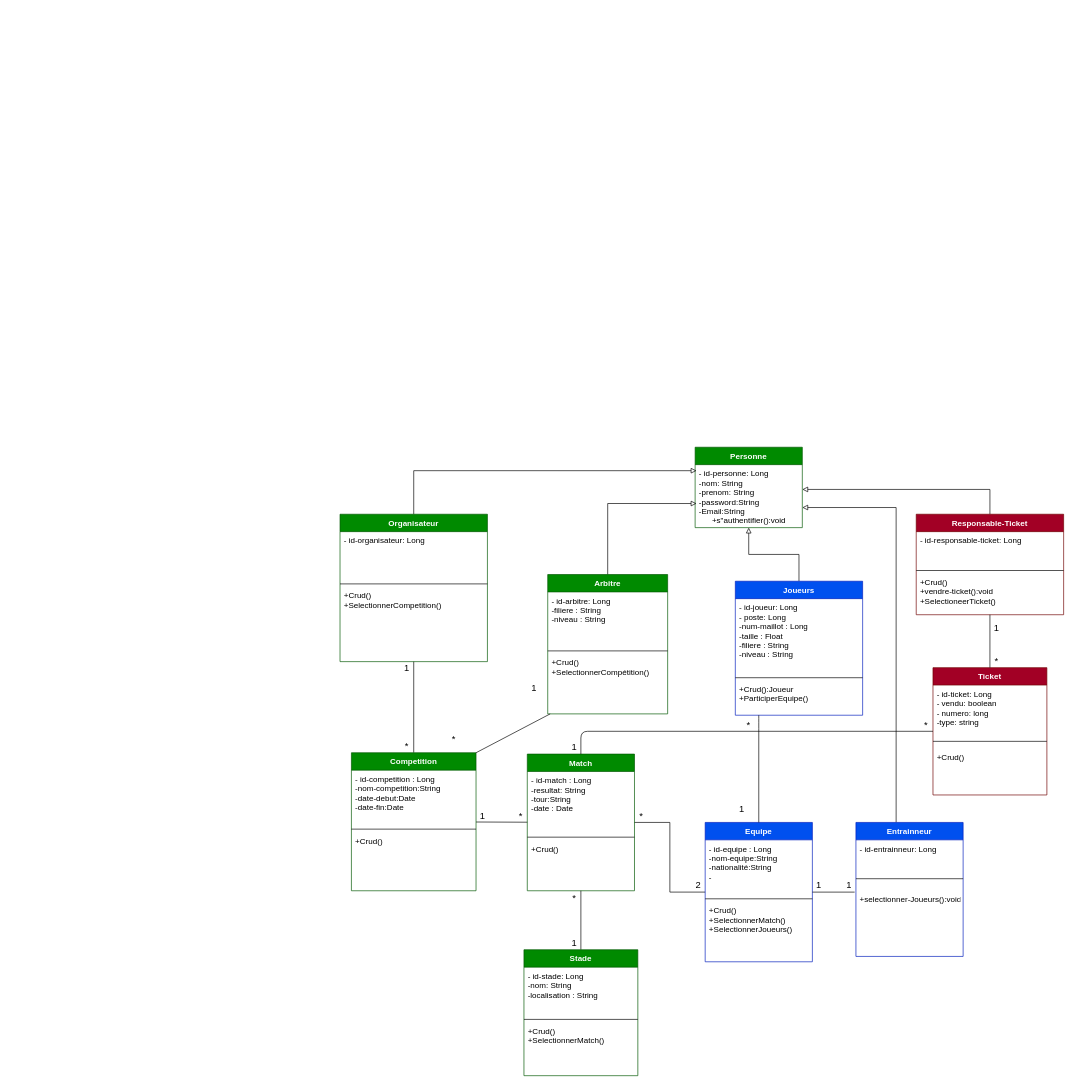
Above: page "Page-1" (1 of 2) of Conception/Diagramme de classe V0.drawio in ichrak-star/PISymfony (draw.io), before the change. Source tidied: cells renumbered, new cells numbered last; positions are measured from the earlier drawing's top-left corner, leaving out a move shared by most shapes. Both pictures are drawn from the tidied source at 67%, with x=0, y=0 at pixel (340, 447).
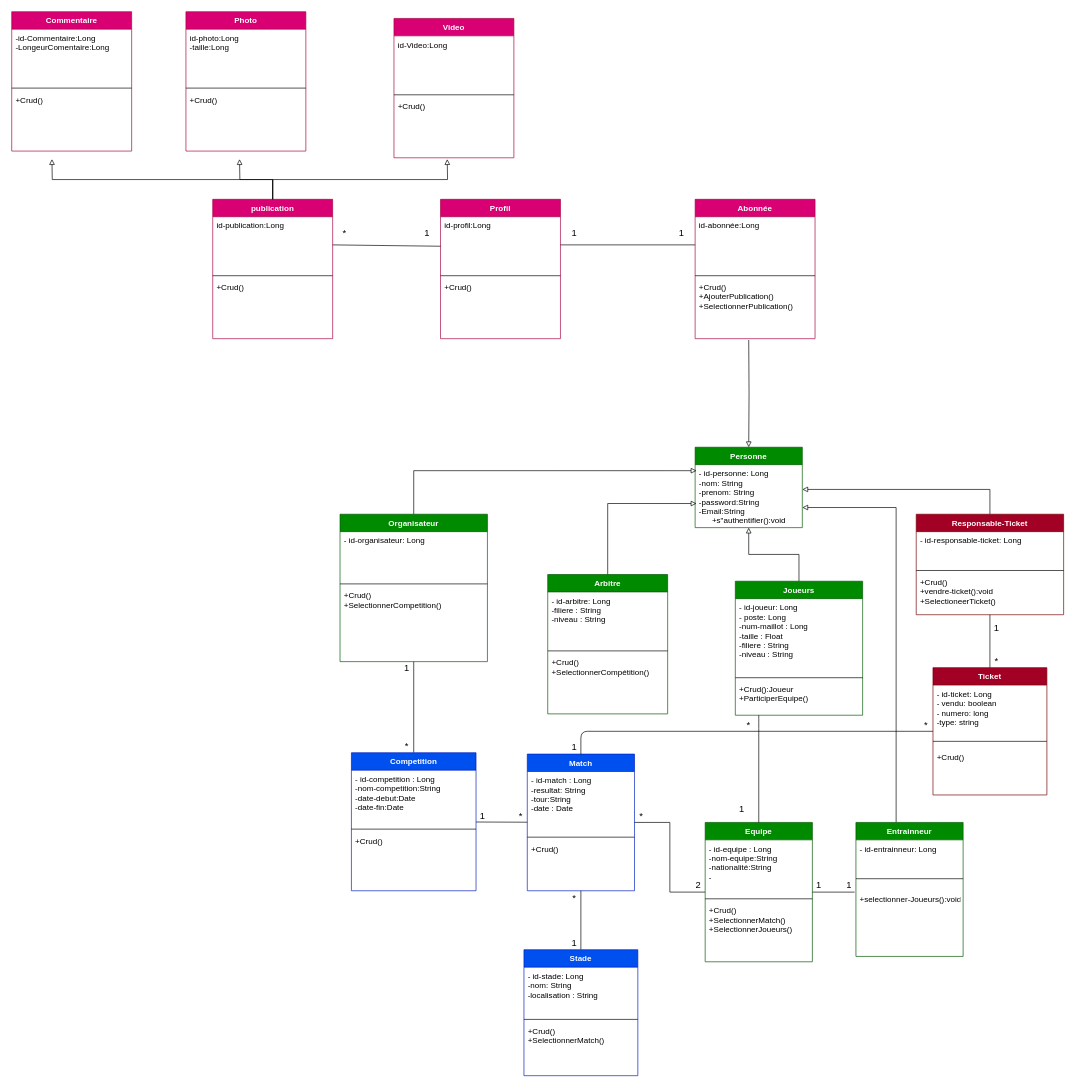
The same diagram, later.

Commit message (it also covers changes not shown here):
ajout V1 du diagramme de classe + ajout une ficher txt

Unchanged cells that the change refers to:
```xml
<mxCell id="2" value="Personne" style="swimlane;fontStyle=1;align=center;verticalAlign=top;horizontal=1;startSize=26;fillColor=#008a00;strokeColor=#005700;fontColor=#ffffff;" parent="1" vertex="1">
  <mxGeometry x="530" width="160" height="120" as="geometry" />
</mxCell>
<mxCell id="40" value="+Crud()&#10;+SelectionnerCompétition()" style="text;strokeColor=none;fillColor=none;align=left;verticalAlign=top;spacingLeft=4;spacingRight=4;overflow=hidden;points=[[0,0.5],[1,0.5]];portConstraint=eastwest;" parent="37" vertex="1">
  <mxGeometry y="118" width="179" height="90" as="geometry" />
</mxCell>
```

Diff of the diagram source:
```diff
@@
-    <mxCell id="6" value="Joueurs" style="swimlane;fontStyle=1;align=center;verticalAlign=top;horizontal=1;startSize=26;fillColor=#0050ef;strokeColor=#001DBC;fontColor=#ffffff;" parent="1" vertex="1">
+    <mxCell id="6" value="Joueurs" style="swimlane;fontStyle=1;align=center;verticalAlign=top;horizontal=1;startSize=26;fillColor=#008a00;strokeColor=#005700;fontColor=#ffffff;" parent="1" vertex="1">
       <mxGeometry x="590" y="200" width="190" height="200" as="geometry" />
     </mxCell>
@@
-    <mxCell id="11" value="Equipe" style="swimlane;fontStyle=1;align=center;verticalAlign=top;horizontal=1;startSize=26;fillColor=#0050ef;strokeColor=#001DBC;fontColor=#ffffff;" parent="1" vertex="1">
+    <mxCell id="11" value="Equipe" style="swimlane;fontStyle=1;align=center;verticalAlign=top;horizontal=1;startSize=26;fillColor=#008a00;strokeColor=#005700;fontColor=#ffffff;" parent="1" vertex="1">
       <mxGeometry x="545" y="560" width="160" height="208" as="geometry" />
     </mxCell>
@@
-    <mxCell id="16" value="Match" style="swimlane;fontStyle=1;align=center;verticalAlign=top;horizontal=1;startSize=26;fillColor=#008a00;strokeColor=#005700;fontColor=#ffffff;" parent="1" vertex="1">
+    <mxCell id="16" value="Match" style="swimlane;fontStyle=1;align=center;verticalAlign=top;horizontal=1;startSize=26;fillColor=#0050ef;strokeColor=#001DBC;fontColor=#ffffff;" parent="1" vertex="1">
       <mxGeometry x="279.5" y="458" width="160" height="204" as="geometry" />
     </mxCell>
@@
-    <mxCell id="21" value="Competition" style="swimlane;fontStyle=1;align=center;verticalAlign=top;horizontal=1;startSize=26;fillColor=#008a00;strokeColor=#005700;fontColor=#ffffff;" parent="1" vertex="1">
+    <mxCell id="21" value="Competition" style="swimlane;fontStyle=1;align=center;verticalAlign=top;horizontal=1;startSize=26;fillColor=#0050ef;strokeColor=#001DBC;fontColor=#ffffff;" parent="1" vertex="1">
       <mxGeometry x="17" y="456" width="186" height="206" as="geometry" />
     </mxCell>
@@
-    <mxCell id="27" value="Entrainneur" style="swimlane;fontStyle=1;align=center;verticalAlign=top;horizontal=1;startSize=26;fillColor=#0050ef;strokeColor=#001DBC;fontColor=#ffffff;" parent="1" vertex="1">
+    <mxCell id="27" value="Entrainneur" style="swimlane;fontStyle=1;align=center;verticalAlign=top;horizontal=1;startSize=26;fillColor=#008a00;strokeColor=#005700;fontColor=#ffffff;" parent="1" vertex="1">
       <mxGeometry x="770" y="560" width="160" height="200" as="geometry" />
     </mxCell>
@@
-    <mxCell id="42" value="Stade" style="swimlane;fontStyle=1;align=center;verticalAlign=top;horizontal=1;startSize=26;fillColor=#008a00;strokeColor=#005700;fontColor=#ffffff;" parent="1" vertex="1">
+    <mxCell id="42" value="Stade" style="swimlane;fontStyle=1;align=center;verticalAlign=top;horizontal=1;startSize=26;fillColor=#0050ef;strokeColor=#001DBC;fontColor=#ffffff;" parent="1" vertex="1">
       <mxGeometry x="274.5" y="750" width="170" height="188" as="geometry" />
     </mxCell>
@@
-    <mxCell id="72" style="edgeStyle=none;rounded=0;jettySize=auto;html=1;endArrow=none;endFill=0;exitX=1;exitY=0;exitDx=0;exitDy=0;" parent="1" edge="1" source="21" target="40">
-      <mxGeometry relative="1" as="geometry" />
-    </mxCell>
-    <mxCell id="73" value="&lt;font style=&quot;font-size: 14px&quot;&gt;1&lt;/font&gt;" style="text;html=1;strokeColor=none;fillColor=none;align=center;verticalAlign=middle;whiteSpace=wrap;rounded=0;" parent="1" vertex="1">
-      <mxGeometry x="279.5" y="350" width="20" height="20" as="geometry" />
-    </mxCell>
-    <mxCell id="74" value="&lt;font style=&quot;font-size: 14px&quot;&gt;*&lt;/font&gt;" style="text;html=1;strokeColor=none;fillColor=none;align=center;verticalAlign=middle;whiteSpace=wrap;rounded=0;" parent="1" vertex="1">
-      <mxGeometry x="160" y="425" width="20" height="20" as="geometry" />
-    </mxCell>
@@
+    <mxCell id="78" value="Abonnée" style="swimlane;fontStyle=1;align=center;verticalAlign=top;horizontal=1;startSize=26;fillColor=#d80073;strokeColor=#A50040;fontColor=#ffffff;" parent="1" vertex="1">
+      <mxGeometry x="530" y="-370" width="179" height="208" as="geometry" />
+    </mxCell>
+    <mxCell id="79" value="id-abonnée:Long" style="text;strokeColor=none;fillColor=none;align=left;verticalAlign=top;spacingLeft=4;spacingRight=4;overflow=hidden;points=[[0,0.5],[1,0.5]];portConstraint=eastwest;" parent="78" vertex="1">
+      <mxGeometry y="26" width="179" height="84" as="geometry" />
+    </mxCell>
+    <mxCell id="80" style="line;strokeWidth=1;fillColor=none;align=left;verticalAlign=middle;spacingTop=-1;spacingLeft=3;spacingRight=3;labelPosition=right;" parent="78" vertex="1">
+      <mxGeometry y="110" width="179" height="8" as="geometry" />
+    </mxCell>
+    <mxCell id="81" value="+Crud()&#10;+AjouterPublication()&#10;+SelectionnerPublication()" style="text;strokeColor=none;fillColor=none;align=left;verticalAlign=top;spacingLeft=4;spacingRight=4;overflow=hidden;" parent="78" vertex="1">
+      <mxGeometry y="118" width="179" height="90" as="geometry" />
+    </mxCell>
+    <mxCell id="82" style="edgeStyle=orthogonalEdgeStyle;rounded=0;jettySize=auto;html=1;endArrow=block;endFill=0;" parent="1" edge="1" target="2">
+      <mxGeometry relative="1" as="geometry">
+        <mxPoint x="610" y="-160" as="sourcePoint" />
+      </mxGeometry>
+    </mxCell>
+    <mxCell id="83" value="Profil" style="swimlane;fontStyle=1;align=center;verticalAlign=top;horizontal=1;startSize=26;fillColor=#d80073;strokeColor=#A50040;fontColor=#ffffff;" parent="1" vertex="1">
+      <mxGeometry x="150" y="-370" width="179" height="208" as="geometry" />
+    </mxCell>
+    <mxCell id="84" value="id-profil:Long" style="text;strokeColor=none;fillColor=none;align=left;verticalAlign=top;spacingLeft=4;spacingRight=4;overflow=hidden;points=[[0,0.5],[1,0.5]];portConstraint=eastwest;" parent="83" vertex="1">
+      <mxGeometry y="26" width="179" height="84" as="geometry" />
+    </mxCell>
+    <mxCell id="85" style="line;strokeWidth=1;fillColor=none;align=left;verticalAlign=middle;spacingTop=-1;spacingLeft=3;spacingRight=3;labelPosition=right;" parent="83" vertex="1">
+      <mxGeometry y="110" width="179" height="8" as="geometry" />
+    </mxCell>
+    <mxCell id="86" value="+Crud()&#10;" style="text;strokeColor=none;fillColor=none;align=left;verticalAlign=top;spacingLeft=4;spacingRight=4;overflow=hidden;" parent="83" vertex="1">
+      <mxGeometry y="118" width="179" height="90" as="geometry" />
+    </mxCell>
+    <mxCell id="87" value="publication" style="swimlane;fontStyle=1;align=center;verticalAlign=top;horizontal=1;startSize=26;fillColor=#d80073;strokeColor=#A50040;fontColor=#ffffff;" parent="1" vertex="1">
+      <mxGeometry x="-190" y="-370" width="179" height="208" as="geometry" />
+    </mxCell>
+    <mxCell id="88" value="id-publication:Long" style="text;strokeColor=none;fillColor=none;align=left;verticalAlign=top;spacingLeft=4;spacingRight=4;overflow=hidden;points=[[0,0.5],[1,0.5]];portConstraint=eastwest;" parent="87" vertex="1">
+      <mxGeometry y="26" width="179" height="84" as="geometry" />
+    </mxCell>
+    <mxCell id="89" style="line;strokeWidth=1;fillColor=none;align=left;verticalAlign=middle;spacingTop=-1;spacingLeft=3;spacingRight=3;labelPosition=right;" parent="87" vertex="1">
+      <mxGeometry y="110" width="179" height="8" as="geometry" />
+    </mxCell>
+    <mxCell id="90" value="+Crud()&#10;" style="text;strokeColor=none;fillColor=none;align=left;verticalAlign=top;spacingLeft=4;spacingRight=4;overflow=hidden;" parent="87" vertex="1">
+      <mxGeometry y="118" width="179" height="90" as="geometry" />
+    </mxCell>
+    <mxCell id="91" value="Video" style="swimlane;fontStyle=1;align=center;verticalAlign=top;horizontal=1;startSize=26;fillColor=#d80073;strokeColor=#A50040;fontColor=#ffffff;" parent="1" vertex="1">
+      <mxGeometry x="80.5" y="-640" width="179" height="208" as="geometry" />
+    </mxCell>
+    <mxCell id="92" value="id-Video:Long" style="text;strokeColor=none;fillColor=none;align=left;verticalAlign=top;spacingLeft=4;spacingRight=4;overflow=hidden;" parent="91" vertex="1">
+      <mxGeometry y="26" width="179" height="84" as="geometry" />
+    </mxCell>
+    <mxCell id="93" style="line;strokeWidth=1;fillColor=none;align=left;verticalAlign=middle;spacingTop=-1;spacingLeft=3;spacingRight=3;labelPosition=right;" parent="91" vertex="1">
+      <mxGeometry y="110" width="179" height="8" as="geometry" />
+    </mxCell>
+    <mxCell id="94" value="+Crud()&#10;" style="text;strokeColor=none;fillColor=none;align=left;verticalAlign=top;spacingLeft=4;spacingRight=4;overflow=hidden;" parent="91" vertex="1">
+      <mxGeometry y="118" width="179" height="90" as="geometry" />
+    </mxCell>
+    <mxCell id="95" value="Photo" style="swimlane;fontStyle=1;align=center;verticalAlign=top;horizontal=1;startSize=26;fillColor=#d80073;strokeColor=#A50040;fontColor=#ffffff;" parent="1" vertex="1">
+      <mxGeometry x="-230" y="-650" width="179" height="208" as="geometry" />
+    </mxCell>
+    <mxCell id="96" value="id-photo:Long&#10;-taille:Long" style="text;strokeColor=none;fillColor=none;align=left;verticalAlign=top;spacingLeft=4;spacingRight=4;overflow=hidden;" parent="95" vertex="1">
+      <mxGeometry y="26" width="179" height="84" as="geometry" />
+    </mxCell>
+    <mxCell id="97" style="line;strokeWidth=1;fillColor=none;align=left;verticalAlign=middle;spacingTop=-1;spacingLeft=3;spacingRight=3;labelPosition=right;" parent="95" vertex="1">
+      <mxGeometry y="110" width="179" height="8" as="geometry" />
+    </mxCell>
+    <mxCell id="98" value="+Crud()&#10;" style="text;strokeColor=none;fillColor=none;align=left;verticalAlign=top;spacingLeft=4;spacingRight=4;overflow=hidden;" parent="95" vertex="1">
+      <mxGeometry y="118" width="179" height="90" as="geometry" />
+    </mxCell>
+    <mxCell id="99" value="Commentaire" style="swimlane;fontStyle=1;align=center;verticalAlign=top;horizontal=1;startSize=26;fillColor=#d80073;strokeColor=#A50040;fontColor=#ffffff;" parent="1" vertex="1">
+      <mxGeometry x="-490" y="-650" width="179" height="208" as="geometry" />
+    </mxCell>
+    <mxCell id="100" value="-id-Commentaire:Long&#10;-LongeurComentaire:Long" style="text;strokeColor=none;fillColor=none;align=left;verticalAlign=top;spacingLeft=4;spacingRight=4;overflow=hidden;" parent="99" vertex="1">
+      <mxGeometry y="26" width="179" height="84" as="geometry" />
+    </mxCell>
+    <mxCell id="101" style="line;strokeWidth=1;fillColor=none;align=left;verticalAlign=middle;spacingTop=-1;spacingLeft=3;spacingRight=3;labelPosition=right;" parent="99" vertex="1">
+      <mxGeometry y="110" width="179" height="8" as="geometry" />
+    </mxCell>
+    <mxCell id="102" value="+Crud()&#10;" style="text;strokeColor=none;fillColor=none;align=left;verticalAlign=top;spacingLeft=4;spacingRight=4;overflow=hidden;" parent="99" vertex="1">
+      <mxGeometry y="118" width="179" height="90" as="geometry" />
+    </mxCell>
+    <mxCell id="103" style="edgeStyle=orthogonalEdgeStyle;rounded=0;jettySize=auto;html=1;endArrow=block;endFill=0;exitX=0.5;exitY=0;exitDx=0;exitDy=0;" parent="1" edge="1" source="87">
+      <mxGeometry relative="1" as="geometry">
+        <mxPoint x="160" y="-430" as="targetPoint" />
+      </mxGeometry>
+    </mxCell>
+    <mxCell id="104" style="edgeStyle=orthogonalEdgeStyle;rounded=0;jettySize=auto;html=1;endArrow=block;endFill=0;exitX=0.5;exitY=0;exitDx=0;exitDy=0;" parent="1" edge="1" source="87">
+      <mxGeometry relative="1" as="geometry">
+        <mxPoint x="-150" y="-430" as="targetPoint" />
+      </mxGeometry>
+    </mxCell>
+    <mxCell id="105" style="edgeStyle=orthogonalEdgeStyle;rounded=0;jettySize=auto;html=1;endArrow=block;endFill=0;exitX=0.5;exitY=0;exitDx=0;exitDy=0;" parent="1" edge="1" source="87">
+      <mxGeometry relative="1" as="geometry">
+        <mxPoint x="-430" y="-430" as="targetPoint" />
+      </mxGeometry>
+    </mxCell>
+    <mxCell id="106" style="rounded=0;jettySize=auto;html=1;endArrow=none;endFill=0;exitX=0;exitY=0.5;exitDx=0;exitDy=0;" parent="1" edge="1" source="79">
+      <mxGeometry relative="1" as="geometry">
+        <mxPoint x="329" y="-302" as="targetPoint" />
+      </mxGeometry>
+    </mxCell>
+    <mxCell id="107" value="&lt;font style=&quot;font-size: 14px&quot;&gt;1&lt;/font&gt;" style="text;html=1;strokeColor=none;fillColor=none;align=center;verticalAlign=middle;whiteSpace=wrap;rounded=0;" parent="1" vertex="1">
+      <mxGeometry x="500" y="-330" width="20" height="20" as="geometry" />
+    </mxCell>
+    <mxCell id="108" value="&lt;font style=&quot;font-size: 14px&quot;&gt;1&lt;/font&gt;" style="text;html=1;strokeColor=none;fillColor=none;align=center;verticalAlign=middle;whiteSpace=wrap;rounded=0;" parent="1" vertex="1">
+      <mxGeometry x="340" y="-330" width="20" height="20" as="geometry" />
+    </mxCell>
+    <mxCell id="109" style="rounded=0;jettySize=auto;html=1;endArrow=none;endFill=0;exitX=1;exitY=0.5;exitDx=0;exitDy=0;entryX=0;entryY=0.524;entryDx=0;entryDy=0;entryPerimeter=0;" parent="1" edge="1" source="88" target="84">
+      <mxGeometry relative="1" as="geometry" />
+    </mxCell>
+    <mxCell id="110" value="&lt;font style=&quot;font-size: 14px&quot;&gt;1&lt;/font&gt;" style="text;html=1;strokeColor=none;fillColor=none;align=center;verticalAlign=middle;whiteSpace=wrap;rounded=0;" parent="1" vertex="1">
+      <mxGeometry x="120" y="-330" width="20" height="20" as="geometry" />
+    </mxCell>
+    <mxCell id="74" value="&lt;font style=&quot;font-size: 14px&quot;&gt;*&lt;/font&gt;" style="text;html=1;strokeColor=none;fillColor=none;align=center;verticalAlign=middle;whiteSpace=wrap;rounded=0;" parent="1" vertex="1">
+      <mxGeometry x="-3" y="-330" width="20" height="20" as="geometry" />
+    </mxCell>
```
